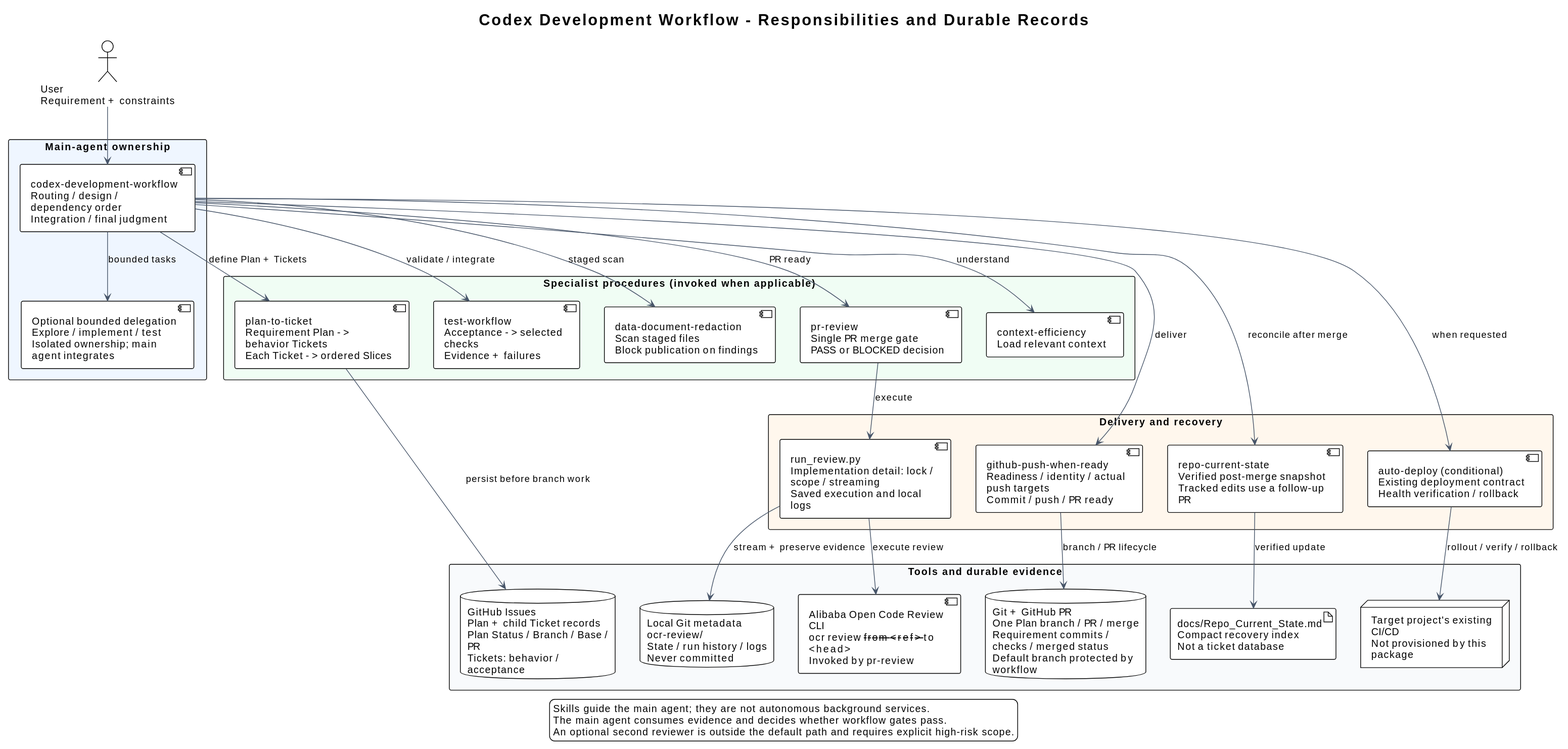
i-zrhe2016/codex-development-workflow keeps this PlantUML diagram as docs/diagrams/components.svg. Above is the earlier version.
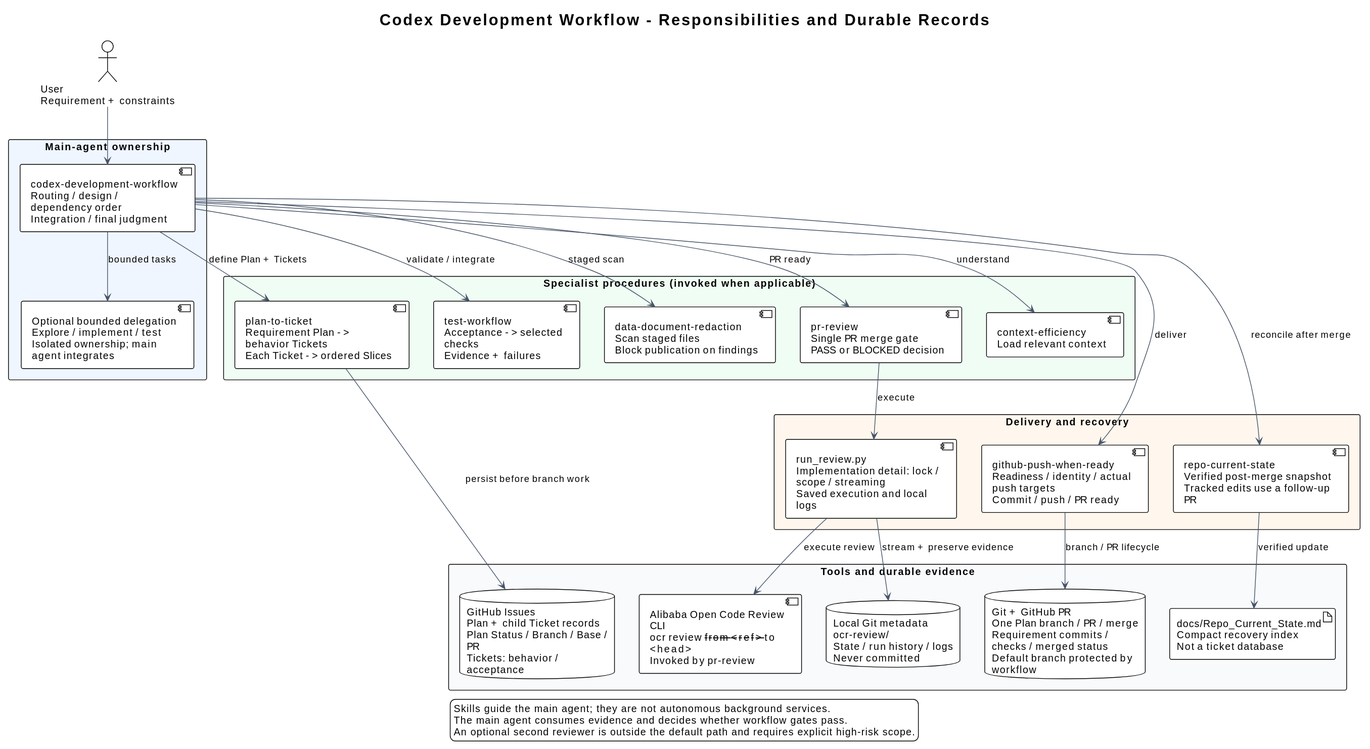
Later version of the same file.

Diff of the diagram source:
```diff
@@ -24,7 +24,6 @@
   component "github-push-when-ready\nReadiness / identity / actual push targets\nCommit / push / PR ready" as publish
   component "run_review.py\nImplementation detail: lock / scope / streaming\nSaved execution and local logs" as runner
   component "repo-current-state\nVerified post-merge snapshot\nTracked edits use a follow-up PR" as state
-  component "auto-deploy (conditional)\nExisting deployment contract\nHealth verification / rollback" as deploy
 }
 package "Tools and durable evidence" #F8FAFC {
   database "GitHub Issues\nPlan + child Ticket records\nPlan Status / Branch / Base / PR\nTickets: behavior / acceptance" as issues
@@ -32,7 +31,6 @@
   component "Alibaba Open Code Review CLI\nocr review --from <ref> --to <head>\nInvoked by pr-review" as cli
   database "Local Git metadata\nocr-review/\nState / run history / logs\nNever committed" as logs
   artifact "docs/Repo_Current_State.md\nCompact recovery index\nNot a ticket database" as snapshot
-  node "Target project's existing CI/CD\nNot provisioned by this package" as cicd
 }
 
 user --> main
@@ -44,14 +42,12 @@
 main --> publish : deliver
 main --> review : PR ready
 main --> state : reconcile after merge
-main --> deploy : when requested
 plan --> issues : persist before branch work
 publish --> github : branch / PR lifecycle
 review --> runner : execute
 runner --> cli : execute review
 runner --> logs : stream + preserve evidence
 state --> snapshot : verified update
-deploy --> cicd : rollout / verify / rollback
 legend bottom
 Skills guide the main agent; they are not autonomous background services.
 The main agent consumes evidence and decides whether workflow gates pass.
```
